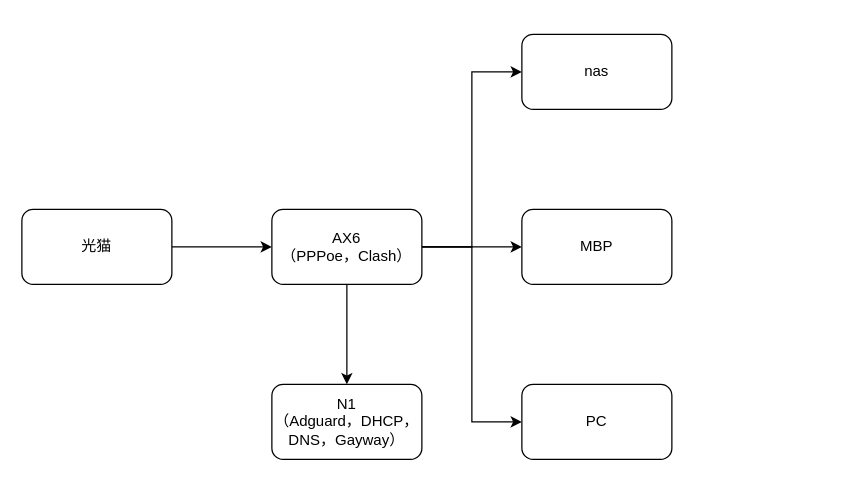
Before: 网络结构.drawio in RekiDunois/ImagineThings, a draw.io diagram. Source tidied: cells renumbered, new cells numbered last; positions are measured from the earlier drawing's top-left corner, leaving out a move shared by most shapes. Both pictures are drawn from the tidied source at 125%, with x=0, y=0 at pixel (21, 34).
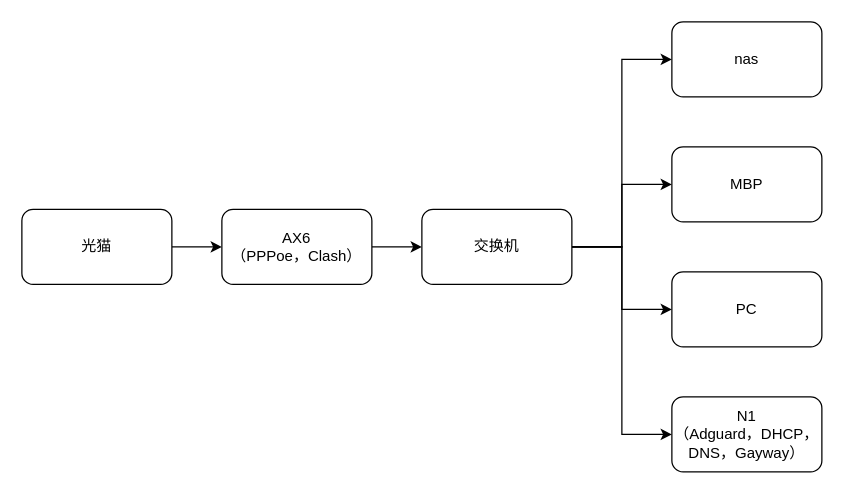
Above is the later version.

The edit, as a diff of the source:
```diff
@@
 <mxGraphModel>
   <root>
     <mxCell id="0" />
     <mxCell id="1" parent="0" />
     <mxCell id="2" style="edgeStyle=orthogonalEdgeStyle;rounded=0;jettySize=auto;html=1;" parent="1" edge="1" source="3" target="8">
       <mxGeometry relative="1" as="geometry" />
     </mxCell>
     <mxCell id="3" value="光猫" style="rounded=1;whiteSpace=wrap;html=1;" parent="1" vertex="1">
       <mxGeometry y="140" width="120" height="60" as="geometry" />
     </mxCell>
-    <mxCell id="4" style="edgeStyle=orthogonalEdgeStyle;rounded=0;jettySize=auto;html=1;" parent="1" edge="1" source="8" target="9">
-      <mxGeometry relative="1" as="geometry" />
-    </mxCell>
-    <mxCell id="5" style="edgeStyle=orthogonalEdgeStyle;rounded=0;jettySize=auto;html=1;" parent="1" edge="1" source="8" target="10">
-      <mxGeometry relative="1" as="geometry" />
-    </mxCell>
-    <mxCell id="6" style="edgeStyle=orthogonalEdgeStyle;rounded=0;jettySize=auto;html=1;" parent="1" edge="1" source="8" target="11">
-      <mxGeometry relative="1" as="geometry">
-        <Array as="points">
-          <mxPoint x="360" y="170" />
-          <mxPoint x="360" y="310" />
-        </Array>
-      </mxGeometry>
-    </mxCell>
-    <mxCell id="7" style="edgeStyle=orthogonalEdgeStyle;rounded=0;jettySize=auto;html=1;" parent="1" edge="1" source="8" target="12">
-      <mxGeometry relative="1" as="geometry">
-        <Array as="points">
-          <mxPoint x="360" y="170" />
-          <mxPoint x="360" y="30" />
-        </Array>
-      </mxGeometry>
-    </mxCell>
+    <mxCell id="13" style="edgeStyle=orthogonalEdgeStyle;rounded=0;jettySize=auto;html=1;entryX=0;entryY=0.5;entryDx=0;entryDy=0;" parent="1" edge="1" source="8" target="18">
+      <mxGeometry relative="1" as="geometry" />
+    </mxCell>
     <mxCell id="8" value="AX6&lt;br&gt;（PPPoe，Clash）" style="whiteSpace=wrap;html=1;rounded=1;" parent="1" vertex="1">
-      <mxGeometry x="200" y="140" width="120" height="60" as="geometry" />
+      <mxGeometry x="160" y="140" width="120" height="60" as="geometry" />
     </mxCell>
     <mxCell id="9" value="N1&lt;br&gt;（Adguard，DHCP，DNS，Gayway）" style="whiteSpace=wrap;html=1;rounded=1;" parent="1" vertex="1">
-      <mxGeometry x="200" y="280" width="120" height="60" as="geometry" />
+      <mxGeometry x="520" y="290" width="120" height="60" as="geometry" />
     </mxCell>
     <mxCell id="10" value="MBP" style="whiteSpace=wrap;html=1;rounded=1;" parent="1" vertex="1">
-      <mxGeometry x="400" y="140" width="120" height="60" as="geometry" />
+      <mxGeometry x="520" y="90" width="120" height="60" as="geometry" />
     </mxCell>
     <mxCell id="11" value="PC" style="whiteSpace=wrap;html=1;rounded=1;" parent="1" vertex="1">
-      <mxGeometry x="400" y="280" width="120" height="60" as="geometry" />
+      <mxGeometry x="520" y="190" width="120" height="60" as="geometry" />
     </mxCell>
     <mxCell id="12" value="nas" style="whiteSpace=wrap;html=1;rounded=1;" parent="1" vertex="1">
-      <mxGeometry x="400" width="120" height="60" as="geometry" />
+      <mxGeometry x="520" y="-10" width="120" height="60" as="geometry" />
     </mxCell>
+    <mxCell id="14" style="edgeStyle=orthogonalEdgeStyle;rounded=0;jettySize=auto;html=1;entryX=0;entryY=0.5;entryDx=0;entryDy=0;" parent="1" edge="1" source="18" target="12">
+      <mxGeometry relative="1" as="geometry" />
+    </mxCell>
+    <mxCell id="15" style="edgeStyle=orthogonalEdgeStyle;rounded=0;jettySize=auto;html=1;entryX=0;entryY=0.5;entryDx=0;entryDy=0;" parent="1" edge="1" source="18" target="10">
+      <mxGeometry relative="1" as="geometry" />
+    </mxCell>
+    <mxCell id="16" style="edgeStyle=orthogonalEdgeStyle;rounded=0;jettySize=auto;html=1;" parent="1" edge="1" source="18" target="11">
+      <mxGeometry relative="1" as="geometry" />
+    </mxCell>
+    <mxCell id="17" style="edgeStyle=orthogonalEdgeStyle;rounded=0;jettySize=auto;html=1;entryX=0;entryY=0.5;entryDx=0;entryDy=0;" parent="1" edge="1" source="18" target="9">
+      <mxGeometry relative="1" as="geometry" />
+    </mxCell>
+    <mxCell id="18" value="交换机" style="rounded=1;whiteSpace=wrap;html=1;" parent="1" vertex="1">
+      <mxGeometry x="320" y="140" width="120" height="60" as="geometry" />
+    </mxCell>
   </root>
 </mxGraphModel>
```
